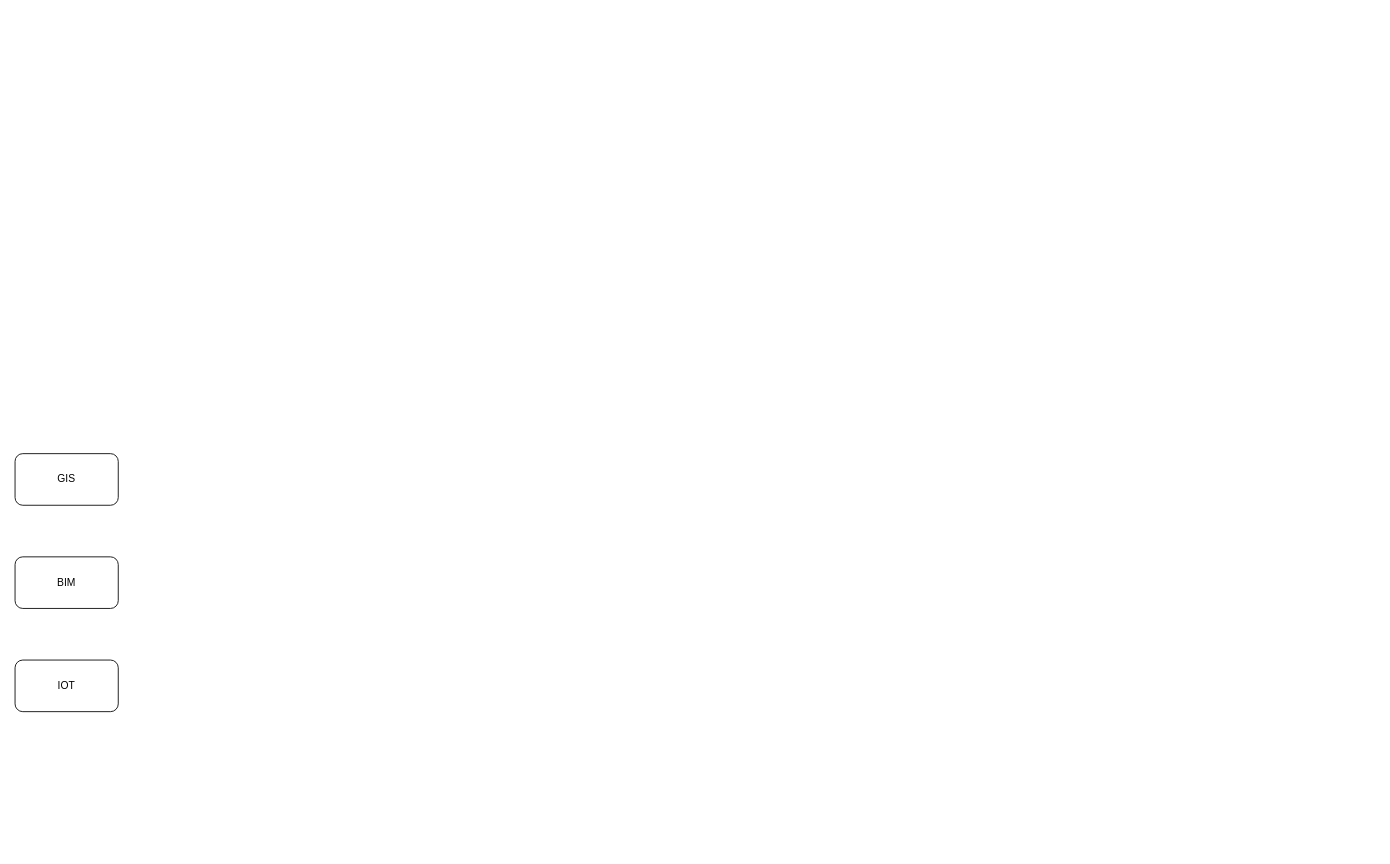
gaochaowyq/MinderGraph keeps this draw.io diagram as BIAS_可视化系统.drawio. Above is the earlier version. Source tidied: cells renumbered, new cells numbered last; positions are measured from the earlier drawing's top-left corner, leaving out a move shared by most shapes. Both pictures are drawn from the tidied source at 86%, with x=0, y=0 at pixel (15, 453).
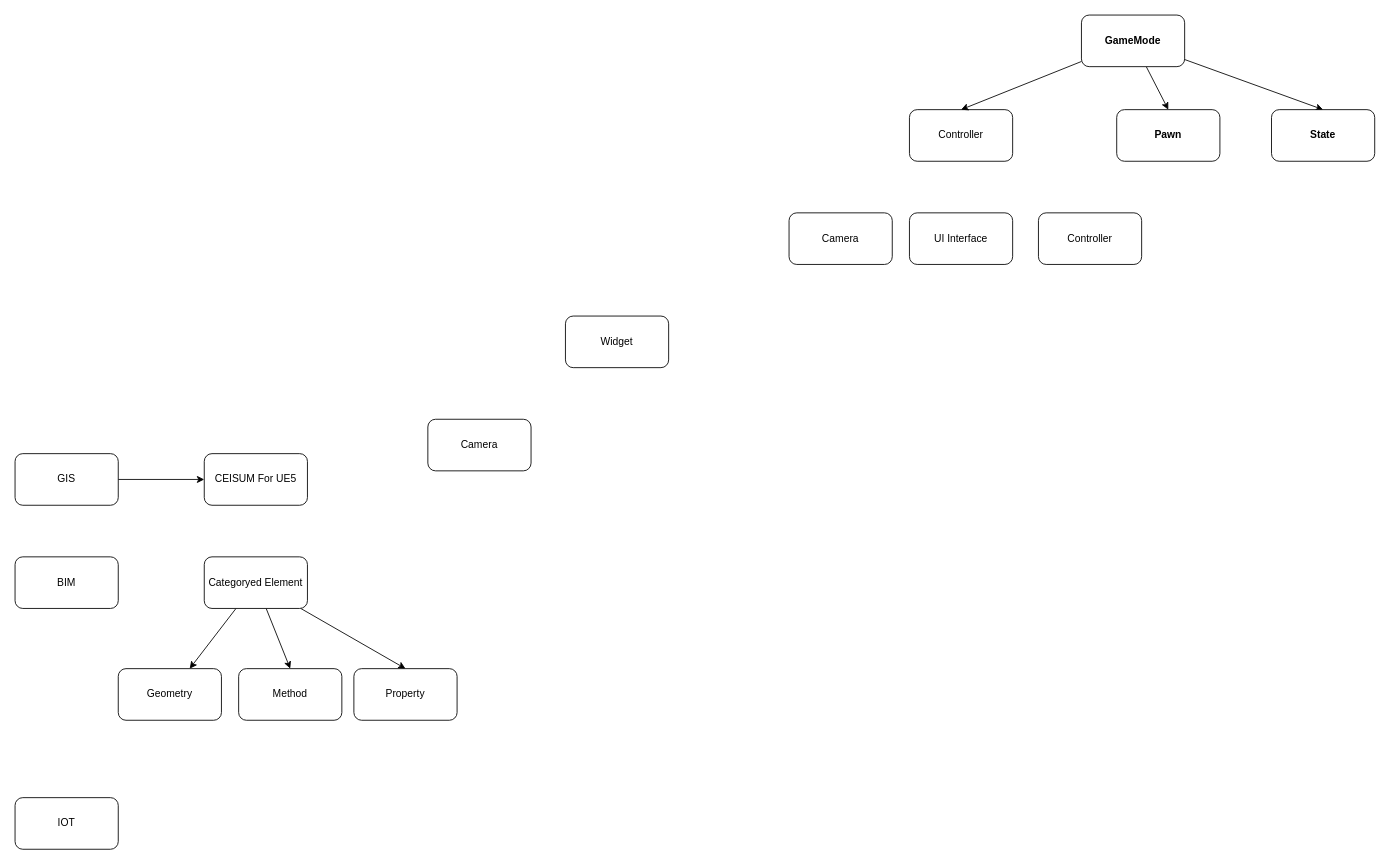
The same page after the edit.

Commit message (it also covers changes not shown here):
Update BIAS_可视化系统.drawio

The change refers to these unchanged cells:
```xml
<mxCell id="2" value="GIS" style="rounded=1;whiteSpace=wrap;html=1;" parent="1" vertex="1">
  <mxGeometry width="120" height="60" as="geometry" />
</mxCell>
```

Change to the diagram source:
```diff
@@
+    <mxCell id="5" style="edgeStyle=orthogonalEdgeStyle;rounded=0;jettySize=auto;html=1;" parent="1" edge="1" source="2" target="6">
+      <mxGeometry relative="1" as="geometry" />
+    </mxCell>
@@
     <mxCell id="4" value="IOT" style="rounded=1;whiteSpace=wrap;html=1;" parent="1" vertex="1">
-      <mxGeometry y="240" width="120" height="60" as="geometry" />
+      <mxGeometry y="400" width="120" height="60" as="geometry" />
     </mxCell>
+    <mxCell id="6" value="CEISUM For UE5" style="rounded=1;whiteSpace=wrap;html=1;" parent="1" vertex="1">
+      <mxGeometry x="220" width="120" height="60" as="geometry" />
+    </mxCell>
+    <mxCell id="7" value="Widget" style="rounded=1;whiteSpace=wrap;html=1;" parent="1" vertex="1">
+      <mxGeometry x="640" y="-160" width="120" height="60" as="geometry" />
+    </mxCell>
+    <mxCell id="8" style="rounded=0;jettySize=auto;html=1;" parent="1" edge="1" source="11" target="12">
+      <mxGeometry relative="1" as="geometry" />
+    </mxCell>
+    <mxCell id="9" style="edgeStyle=none;rounded=0;jettySize=auto;html=1;entryX=0.5;entryY=0;entryDx=0;entryDy=0;" parent="1" edge="1" source="11" target="13">
+      <mxGeometry relative="1" as="geometry" />
+    </mxCell>
+    <mxCell id="10" style="edgeStyle=none;rounded=0;jettySize=auto;html=1;entryX=0.5;entryY=0;entryDx=0;entryDy=0;" parent="1" edge="1" source="11" target="14">
+      <mxGeometry relative="1" as="geometry" />
+    </mxCell>
+    <mxCell id="11" value="Categoryed Element" style="rounded=1;whiteSpace=wrap;html=1;" parent="1" vertex="1">
+      <mxGeometry x="220" y="120" width="120" height="60" as="geometry" />
+    </mxCell>
+    <mxCell id="12" value="Geometry" style="rounded=1;whiteSpace=wrap;html=1;" parent="1" vertex="1">
+      <mxGeometry x="120" y="250" width="120" height="60" as="geometry" />
+    </mxCell>
+    <mxCell id="13" value="Method" style="rounded=1;whiteSpace=wrap;html=1;" parent="1" vertex="1">
+      <mxGeometry x="260" y="250" width="120" height="60" as="geometry" />
+    </mxCell>
+    <mxCell id="14" value="Property" style="rounded=1;whiteSpace=wrap;html=1;" parent="1" vertex="1">
+      <mxGeometry x="394" y="250" width="120" height="60" as="geometry" />
+    </mxCell>
+    <mxCell id="15" value="Controller" style="rounded=1;whiteSpace=wrap;html=1;" parent="1" vertex="1">
+      <mxGeometry x="1040" y="-400" width="120" height="60" as="geometry" />
+    </mxCell>
+    <mxCell id="16" value="Camera" style="rounded=1;whiteSpace=wrap;html=1;" parent="1" vertex="1">
+      <mxGeometry x="900" y="-280" width="120" height="60" as="geometry" />
+    </mxCell>
+    <mxCell id="17" value="UI Interface" style="rounded=1;whiteSpace=wrap;html=1;" parent="1" vertex="1">
+      <mxGeometry x="1040" y="-280" width="120" height="60" as="geometry" />
+    </mxCell>
+    <mxCell id="18" value="Controller" style="rounded=1;whiteSpace=wrap;html=1;" parent="1" vertex="1">
+      <mxGeometry x="1190" y="-280" width="120" height="60" as="geometry" />
+    </mxCell>
+    <mxCell id="19" value="Camera" style="rounded=1;whiteSpace=wrap;html=1;" parent="1" vertex="1">
+      <mxGeometry x="480" y="-40" width="120" height="60" as="geometry" />
+    </mxCell>
+    <mxCell id="20" style="edgeStyle=none;rounded=0;jettySize=auto;html=1;entryX=0.5;entryY=0;entryDx=0;entryDy=0;" parent="1" edge="1" source="23" target="15">
+      <mxGeometry relative="1" as="geometry" />
+    </mxCell>
+    <mxCell id="21" style="edgeStyle=none;rounded=0;jettySize=auto;html=1;entryX=0.5;entryY=0;entryDx=0;entryDy=0;" parent="1" edge="1" source="23" target="24">
+      <mxGeometry relative="1" as="geometry" />
+    </mxCell>
+    <mxCell id="22" style="edgeStyle=none;rounded=0;jettySize=auto;html=1;entryX=0.5;entryY=0;entryDx=0;entryDy=0;" parent="1" edge="1" source="23" target="25">
+      <mxGeometry relative="1" as="geometry" />
+    </mxCell>
+    <mxCell id="23" value="GameMode" style="rounded=1;whiteSpace=wrap;html=1;fontStyle=1;" parent="1" vertex="1">
+      <mxGeometry x="1240" y="-510" width="120" height="60" as="geometry" />
+    </mxCell>
+    <mxCell id="24" value="Pawn" style="rounded=1;whiteSpace=wrap;html=1;fontStyle=1;" parent="1" vertex="1">
+      <mxGeometry x="1281" y="-400" width="120" height="60" as="geometry" />
+    </mxCell>
+    <mxCell id="25" value="State" style="rounded=1;whiteSpace=wrap;html=1;fontStyle=1;" parent="1" vertex="1">
+      <mxGeometry x="1461" y="-400" width="120" height="60" as="geometry" />
+    </mxCell>
```
